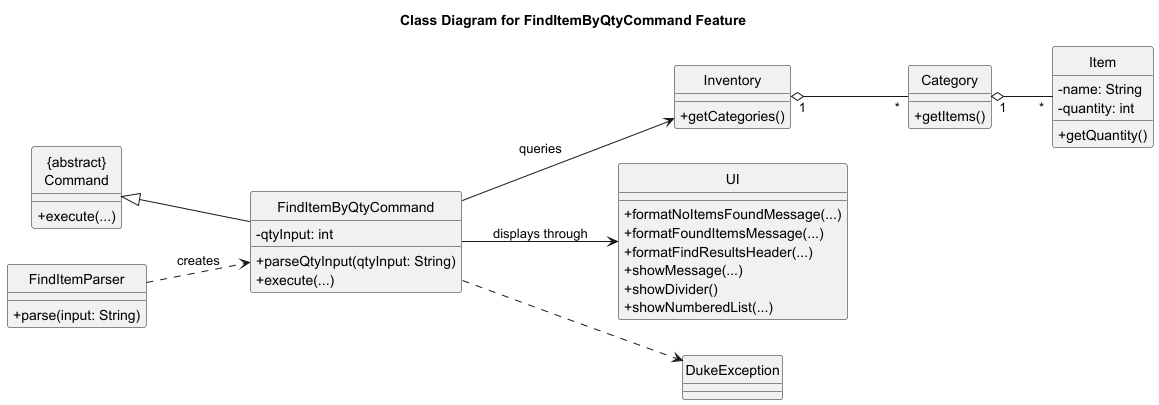
Before: docs/diagrams/class/FindItemByQtyCommandClassDiagram-Class_Diagram_for_FindItemByQtyCommand_Feature.png, a diagram exported from PlantUML (yueyang1111/tp).
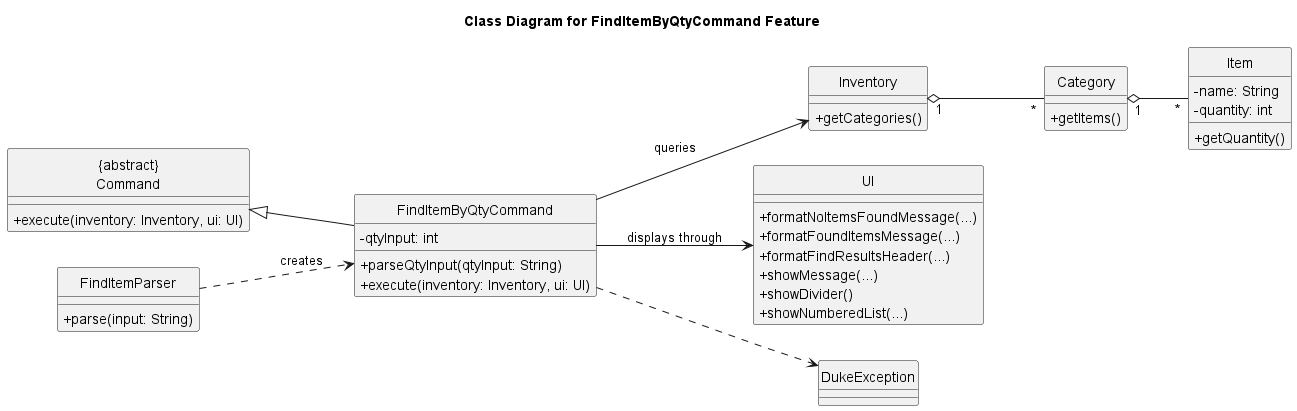
Above is the later version.

What changed in the source:
```diff
@@ -5,7 +5,7 @@
 left to right direction
 
 class "{abstract}\nCommand" as Command {
-  + execute(...)
+  + execute(inventory: Inventory, ui: UI)
 }
 
 class FindItemParser {
@@ -15,7 +15,7 @@
 class FindItemByQtyCommand {
   - qtyInput: int
   + parseQtyInput(qtyInput: String)
-  + execute(...)
+  + execute(inventory: Inventory, ui: UI)
 }
 
 class Inventory {
```
